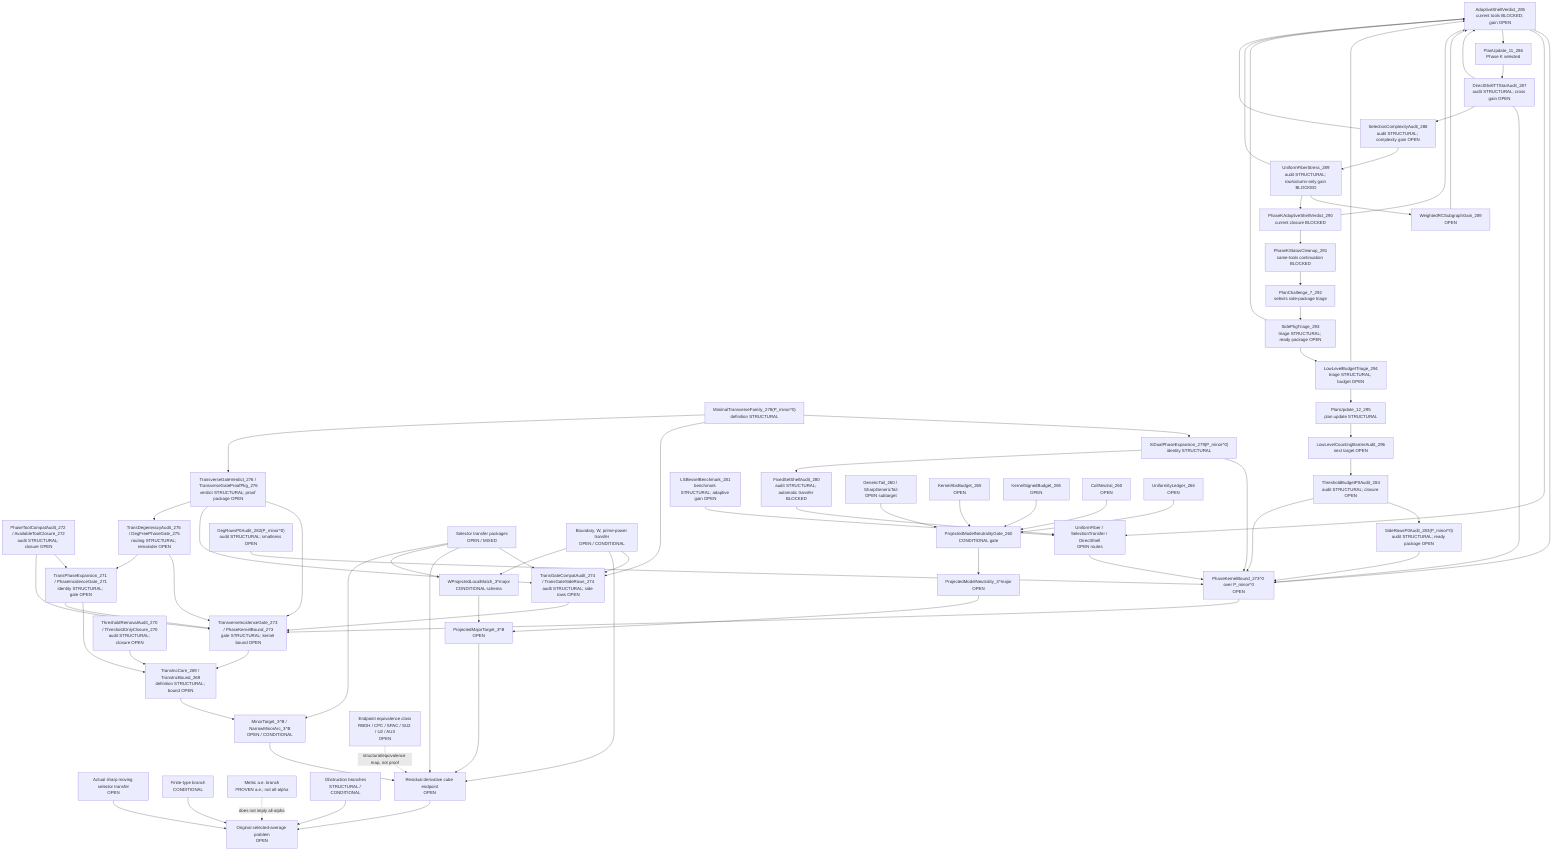
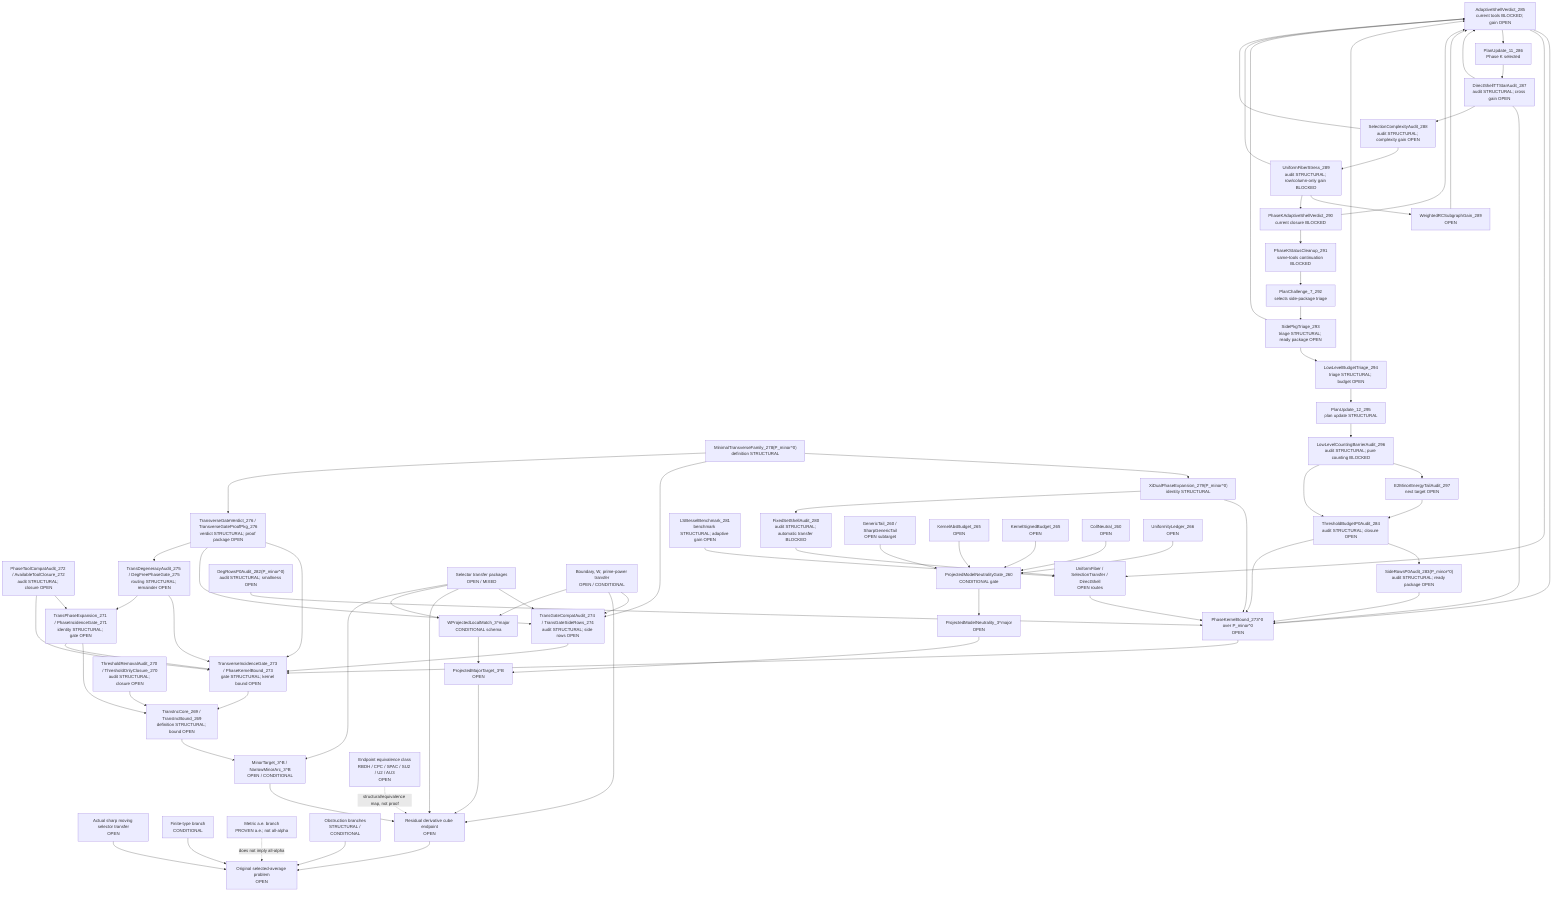
flowchart TD
  Original["Original selected-average problem<br/>OPEN"]
  SharpSel["Actual sharp moving selector transfer<br/>OPEN"]
  FiniteType["Finite-type branch<br/>CONDITIONAL"]
  Metric["Metric a.e. branch<br/>PROVEN a.e.; not all-alpha"]
  Obstruction["Obstruction branches<br/>STRUCTURAL / CONDITIONAL"]

  ResCube["Residual derivative cube endpoint<br/>OPEN"]
  MajorTarget["ProjectedMajorTarget_3^B<br/>OPEN"]
  MinorTarget["MinorTarget_3^B / NarrowMinorArc_3^B<br/>OPEN / CONDITIONAL"]
  TransInc["TransIncCore_269 / TransIncBound_269<br/>definition STRUCTURAL; bound OPEN"]
  ThresholdAudit["ThresholdRemovalAudit_270 / ThresholdOnlyClosure_270<br/>audit STRUCTURAL; closure OPEN"]
  PhaseExpansion["TransPhaseExpansion_271 / PhaseIncidenceGate_271<br/>identity STRUCTURAL; gate OPEN"]
  ToolCompat["PhaseToolCompatAudit_272 / AvailableToolClosure_272<br/>audit STRUCTURAL; closure OPEN"]
  TransGate["TransverseIncidenceGate_273 / PhaseKernelBound_273<br/>gate STRUCTURAL; kernel bound OPEN"]
  TransGateCompat["TransGateCompatAudit_274 / TransGateSideRows_274<br/>audit STRUCTURAL; side rows OPEN"]
  DegAudit["TransDegeneracyAudit_275 / DegFreePhaseGate_275<br/>routing STRUCTURAL; remainder OPEN"]
  TransVerdict["TransverseGateVerdict_276 / TransverseGateProofPkg_276<br/>verdict STRUCTURAL; proof package OPEN"]
  MinTransFamily["MinimalTransverseFamily_278(P_minor^0)<br/>definition STRUCTURAL"]
  XiExpansion["XiDualPhaseExpansion_279(P_minor^0)<br/>identity STRUCTURAL"]
  FixedShellAudit["FixedSetShellAudit_280<br/>audit STRUCTURAL; automatic transfer BLOCKED"]
  FixedShellTransfer["UniformFiber / SelectionTransfer / DirectShell<br/>OPEN routes"]
  LSBesselBench["LSBesselBenchmark_281<br/>benchmark STRUCTURAL; adaptive gain OPEN"]
  DegRowsP0["DegRowsP0Audit_282(P_minor^0)<br/>audit STRUCTURAL; smallness OPEN"]
  SideRowsP0["SideRowsP0Audit_283(P_minor^0)<br/>audit STRUCTURAL; ready package OPEN"]
  ThresholdP0["ThresholdBudgetP0Audit_284<br/>audit STRUCTURAL; closure OPEN"]
  AdaptiveShellP0["AdaptiveShellVerdict_285<br/>current tools BLOCKED; gain OPEN"]
  PlanUpdate11["PlanUpdate_11_286<br/>Phase K selected"]
  DirectTTStar["DirectShellTTStarAudit_287<br/>audit STRUCTURAL; cross gain OPEN"]
  SelectionComplexity["SelectionComplexityAudit_288<br/>audit STRUCTURAL; complexity gain OPEN"]
  UniformFiberStress["UniformFiberStress_289<br/>audit STRUCTURAL; row/column-only gain BLOCKED"]
  WeightedRCSubgraph["WeightedRCSubgraphGain_289<br/>OPEN"]
  AdaptiveVerdict290["PhaseKAdaptiveShellVerdict_290<br/>current closure BLOCKED"]
  PhaseKCleanup291["PhaseKStatusCleanup_291<br/>same-tools continuation BLOCKED"]
  PlanChallenge7["PlanChallenge_7_292<br/>selects side-package triage"]
  SidePkgTriage293["SidePkgTriage_293<br/>triage STRUCTURAL; ready package OPEN"]
  LowLevelTriage294["LowLevelBudgetTriage_294<br/>triage STRUCTURAL; budget OPEN"]
  PlanUpdate12["PlanUpdate_12_295<br/>plan update STRUCTURAL"]
-   LowLevelBarrier296["LowLevelCountingBarrierAudit_296<br/>next target OPEN"]
+   LowLevelBarrier296["LowLevelCountingBarrierAudit_296<br/>audit STRUCTURAL; pure counting BLOCKED"]
+   E2Tail297["E2MinorEnergyTailAudit_297<br/>next target OPEN"]
  PhaseKernel0["PhaseKernelBound_273^0 over P_minor^0<br/>OPEN"]
  SelectorTransfer["Selector transfer packages<br/>OPEN / MIXED"]
  BoundaryTransfer["Boundary, W, prime-power transfer<br/>OPEN / CONDITIONAL"]

  WLocal["WProjectedLocalMatch_3^major<br/>CONDITIONAL schema"]
  ModelNeutral["ProjectedModelNeutrality_3^major<br/>OPEN"]
  PMNGate["ProjectedModelNeutralityGate_260<br/>CONDITIONAL gate"]
  GenericTail["GenericTail_260 / SharpGenericTail<br/>OPEN subtarget"]
  KernelAbs["KernelAbsBudget_265<br/>OPEN"]
  KernelSigned["KernelSignedBudget_265<br/>OPEN"]
  CollNeutral["CollNeutral_260<br/>OPEN"]
  Uniformity["UniformityLedger_266<br/>OPEN"]

  EndpointClass["Endpoint equivalence class<br/>RBDH / CPC / SPAC / SU2 / U2 / AU3<br/>OPEN"]

  SharpSel --> Original
  FiniteType --> Original
  Obstruction --> Original
  ResCube --> Original
  Metric -. "does not imply all-alpha" .-> Original

  MajorTarget --> ResCube
  MinorTarget --> ResCube
  TransInc --> MinorTarget
  ThresholdAudit --> TransInc
  PhaseExpansion --> TransInc
  ToolCompat --> PhaseExpansion
  TransGate --> TransInc
  PhaseExpansion --> TransGate
  ToolCompat --> TransGate
  TransGateCompat --> TransGate
  SelectorTransfer --> TransGateCompat
  BoundaryTransfer --> TransGateCompat
  DegAudit --> TransGate
  DegAudit --> PhaseExpansion
  TransVerdict --> TransGate
  TransVerdict --> TransGateCompat
  TransVerdict --> DegAudit
  PhaseKernel0 --> TransGate
  MinTransFamily --> XiExpansion
  XiExpansion --> PhaseKernel0
  XiExpansion --> FixedShellAudit
  FixedShellAudit --> FixedShellTransfer
  FixedShellTransfer --> PhaseKernel0
  LSBesselBench --> FixedShellTransfer
  DegRowsP0 --> PhaseKernel0
  SideRowsP0 --> PhaseKernel0
  ThresholdP0 --> SideRowsP0
  ThresholdP0 --> PhaseKernel0
  AdaptiveShellP0 --> PhaseKernel0
  AdaptiveShellP0 --> FixedShellTransfer
  AdaptiveShellP0 --> PlanUpdate11
  PlanUpdate11 --> DirectTTStar
  DirectTTStar --> AdaptiveShellP0
  DirectTTStar --> PhaseKernel0
  DirectTTStar --> SelectionComplexity
  SelectionComplexity --> UniformFiberStress
  SelectionComplexity --> AdaptiveShellP0
  UniformFiberStress --> WeightedRCSubgraph
  WeightedRCSubgraph --> AdaptiveShellP0
  UniformFiberStress --> AdaptiveVerdict290
  UniformFiberStress --> AdaptiveShellP0
  AdaptiveVerdict290 --> AdaptiveShellP0
  AdaptiveVerdict290 --> PhaseKCleanup291
  PhaseKCleanup291 --> PlanChallenge7
  PlanChallenge7 --> SidePkgTriage293
  SidePkgTriage293 --> LowLevelTriage294
  SidePkgTriage293 --> AdaptiveShellP0
  LowLevelTriage294 --> AdaptiveShellP0
  LowLevelTriage294 --> PlanUpdate12
  PlanUpdate12 --> LowLevelBarrier296
+   LowLevelBarrier296 --> E2Tail297
  LowLevelBarrier296 --> ThresholdP0
+   E2Tail297 --> ThresholdP0
  MinTransFamily --> TransGateCompat
  MinTransFamily --> TransVerdict
  SelectorTransfer --> ResCube
  BoundaryTransfer --> ResCube
  EndpointClass -. "structural/equivalence map, not proof" .-> ResCube

  WLocal --> MajorTarget
  ModelNeutral --> MajorTarget

  PMNGate --> ModelNeutral
  GenericTail --> PMNGate
  KernelAbs --> PMNGate
  KernelSigned --> PMNGate
  CollNeutral --> PMNGate
  Uniformity --> PMNGate

  BoundaryTransfer --> WLocal
  SelectorTransfer --> WLocal
  SelectorTransfer --> MinorTarget
